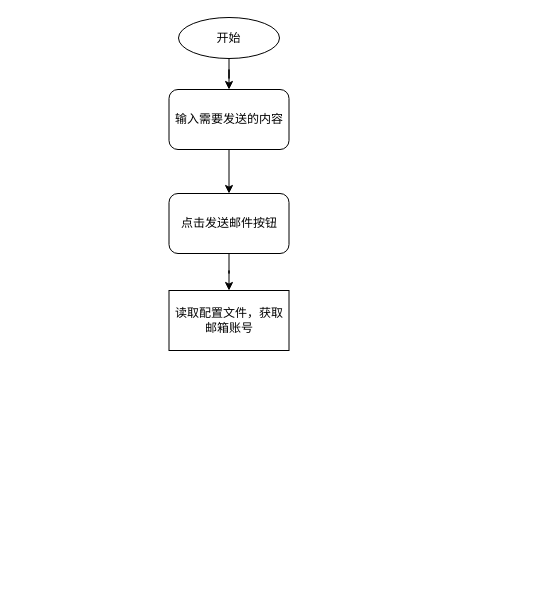
Earlier version of the draw.io diagram page "第 13 页" (13 of 16) of 未命名绘图.drawio (JiYiXingLi/-). Source tidied: cells renumbered, new cells numbered last; positions are measured from the earlier drawing's top-left corner, leaving out a move shared by most shapes. Both pictures are drawn from the tidied source at 100%, with x=0, y=0 at pixel (168, 17).
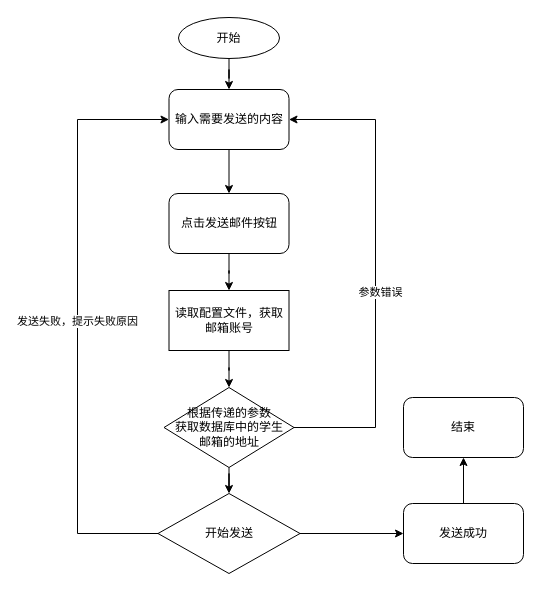
The same diagram, later.

Unchanged cells that the change refers to:
```xml
<mxCell id="7" value="输入需要发送的内容" style="rounded=1;whiteSpace=wrap;html=1;fillColor=#ffffff;" parent="1" vertex="1">
  <mxGeometry x="0.5" y="72" width="120" height="60" as="geometry" />
</mxCell>
<mxCell id="8" value="读取配置文件，获取邮箱账号" style="rounded=0;whiteSpace=wrap;html=1;fillColor=#ffffff;" parent="1" vertex="1">
  <mxGeometry x="0.5" y="273" width="120" height="60" as="geometry" />
</mxCell>
```

Change to the diagram source:
```diff
@@
+    <mxCell id="9" style="edgeStyle=orthogonalEdgeStyle;rounded=0;jettySize=auto;html=1;" parent="1" edge="1" source="8" target="13">
+      <mxGeometry relative="1" as="geometry" />
+    </mxCell>
@@
+    <mxCell id="10" style="edgeStyle=orthogonalEdgeStyle;rounded=0;jettySize=auto;html=1;entryX=1;entryY=0.5;entryDx=0;entryDy=0;" parent="1" edge="1" source="13" target="7">
+      <mxGeometry relative="1" as="geometry">
+        <Array as="points">
+          <mxPoint x="207" y="410" />
+          <mxPoint x="207" y="102" />
+        </Array>
+      </mxGeometry>
+    </mxCell>
+    <mxCell id="11" value="参数错误" style="edgeLabel;html=1;align=center;verticalAlign=middle;" parent="10" vertex="1">
+      <mxGeometry x="-0.09" y="-4" relative="1" as="geometry" />
+    </mxCell>
+    <mxCell id="12" style="edgeStyle=orthogonalEdgeStyle;rounded=0;jettySize=auto;html=1;" parent="1" edge="1" source="13" target="16">
+      <mxGeometry relative="1" as="geometry" />
+    </mxCell>
+    <mxCell id="13" value="根据传递的参数&lt;br&gt;获取数据库中的学生&lt;br&gt;邮箱的地址" style="rhombus;whiteSpace=wrap;html=1;fillColor=#ffffff;" parent="1" vertex="1">
+      <mxGeometry x="-4.5" y="370" width="130" height="80" as="geometry" />
+    </mxCell>
+    <mxCell id="14" value="发送失败，提示失败原因" style="edgeStyle=orthogonalEdgeStyle;rounded=0;jettySize=auto;html=1;entryX=0;entryY=0.5;entryDx=0;entryDy=0;" parent="1" edge="1" source="16" target="7">
+      <mxGeometry relative="1" as="geometry">
+        <Array as="points">
+          <mxPoint x="-91" y="516" />
+          <mxPoint x="-91" y="102" />
+        </Array>
+      </mxGeometry>
+    </mxCell>
+    <mxCell id="15" style="edgeStyle=orthogonalEdgeStyle;rounded=0;jettySize=auto;html=1;" parent="1" edge="1" source="16" target="18">
+      <mxGeometry relative="1" as="geometry" />
+    </mxCell>
+    <mxCell id="16" value="开始发送" style="rhombus;whiteSpace=wrap;html=1;fillColor=#ffffff;" parent="1" vertex="1">
+      <mxGeometry x="-10.5" y="476" width="142" height="80" as="geometry" />
+    </mxCell>
+    <mxCell id="17" style="edgeStyle=orthogonalEdgeStyle;rounded=0;jettySize=auto;html=1;" parent="1" edge="1" source="18" target="19">
+      <mxGeometry relative="1" as="geometry" />
+    </mxCell>
+    <mxCell id="18" value="发送成功" style="rounded=1;whiteSpace=wrap;html=1;fillColor=#ffffff;" parent="1" vertex="1">
+      <mxGeometry x="235" y="486" width="120" height="60" as="geometry" />
+    </mxCell>
+    <mxCell id="19" value="结束" style="rounded=1;whiteSpace=wrap;html=1;fillColor=#ffffff;" parent="1" vertex="1">
+      <mxGeometry x="235" y="380" width="120" height="60" as="geometry" />
+    </mxCell>
```
